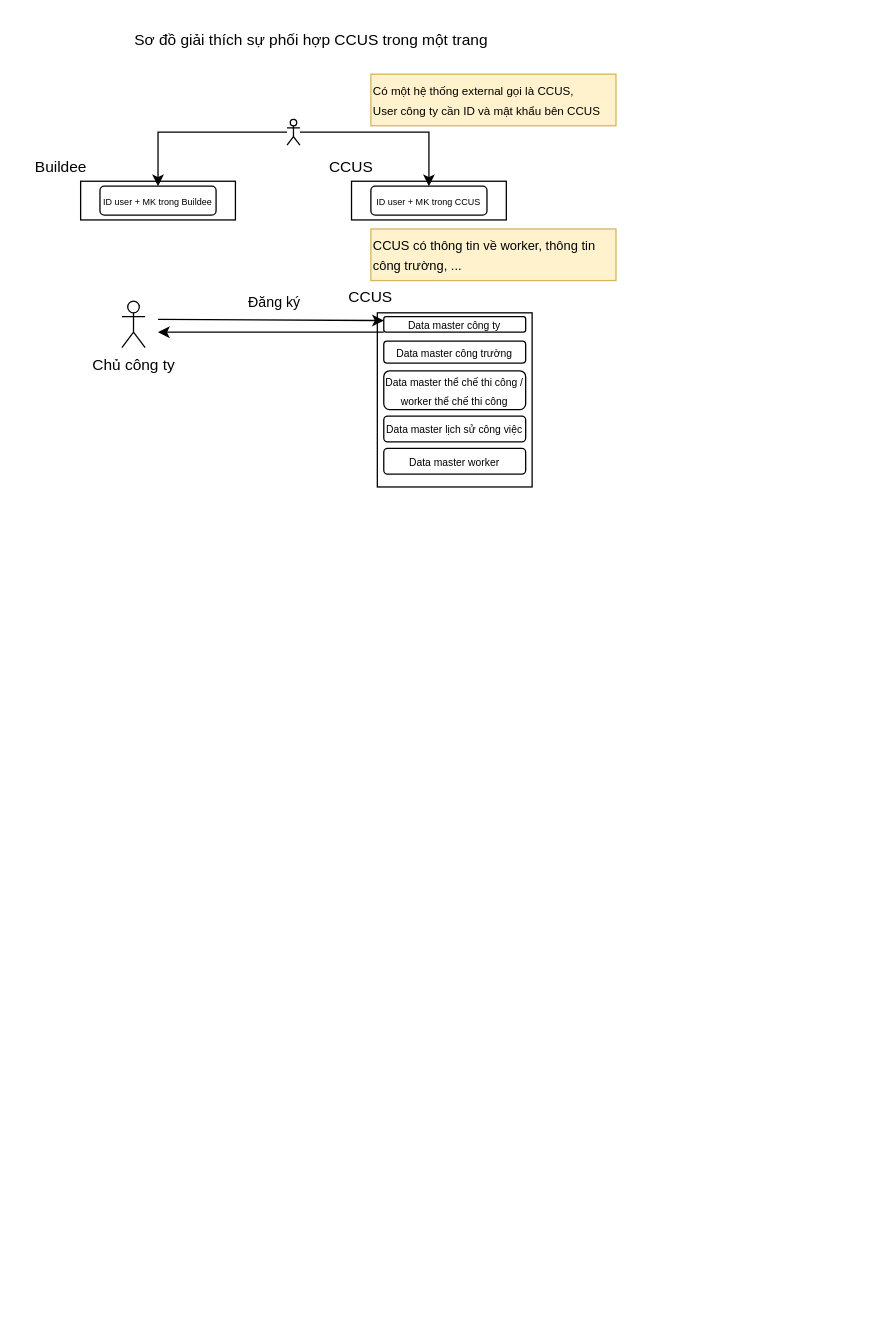
This is Untitled Diagram.drawio from namnguyen5902/UML_drawer, a draw.io file, before an edit. Source tidied: cells renumbered, new cells numbered last; positions are measured from the earlier drawing's top-left corner, leaving out a move shared by most shapes. Both pictures are drawn from the tidied source at 129%, with x=0, y=0 at pixel (22, 22).
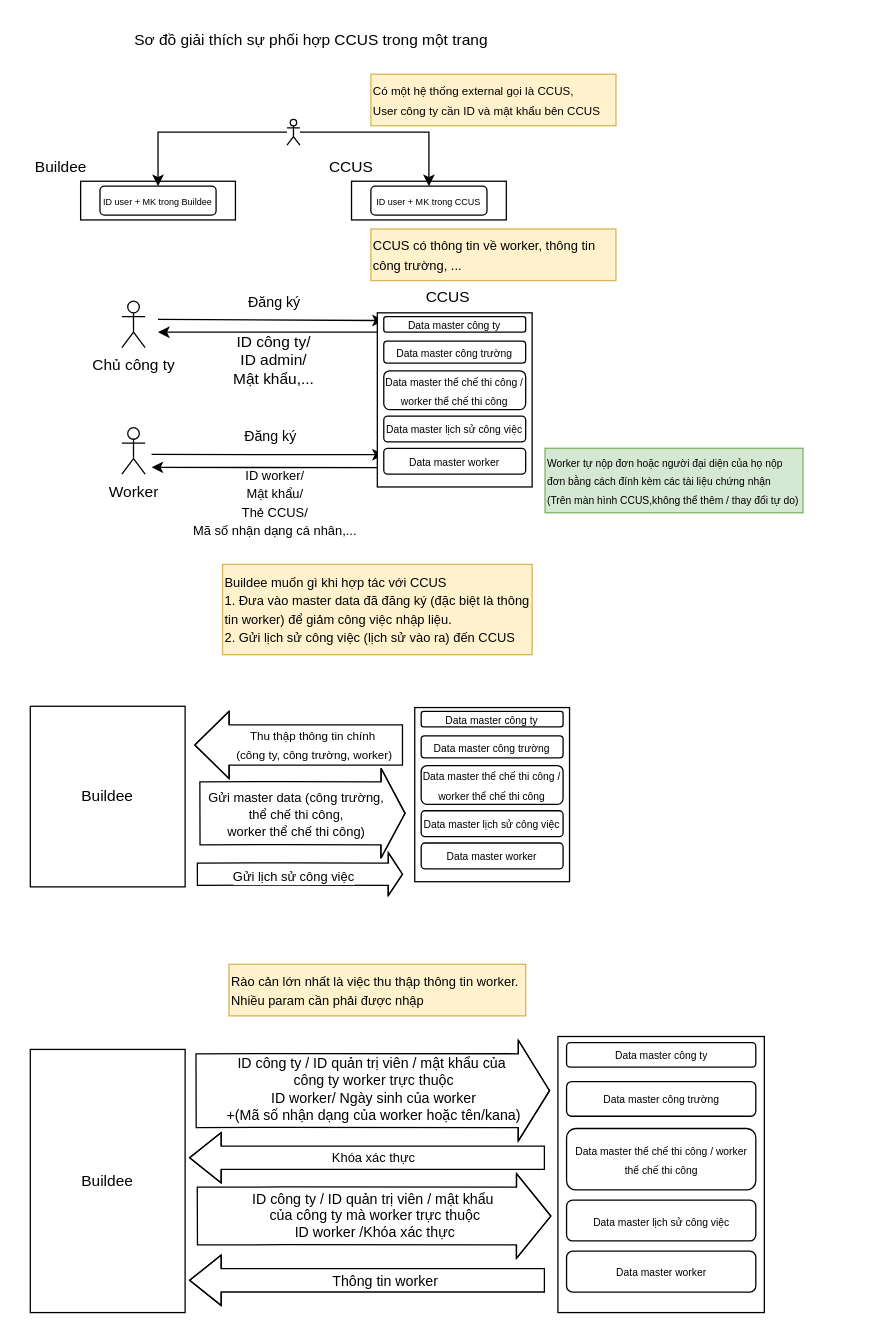
Above is the later version.

What changed in the source:
```diff
@@
+    <mxCell id="17" value="CCUS" style="text;html=1;align=center;verticalAlign=middle;whiteSpace=wrap;rounded=0;" parent="1" vertex="1">
+      <mxGeometry x="300" y="198" width="60" height="30" as="geometry" />
+    </mxCell>
+    <mxCell id="23" value="&lt;div&gt;Chủ công ty&lt;/div&gt;" style="shape=umlActor;verticalLabelPosition=bottom;verticalAlign=top;html=1;" parent="1" vertex="1">
+      <mxGeometry x="77" y="216" width="18" height="36" as="geometry" />
+    </mxCell>
+    <mxCell id="24" style="endArrow=classic;html=1;rounded=0;entryX=0;entryY=0.25;entryDx=0;entryDy=0;" parent="1" edge="1" target="18">
+      <mxGeometry relative="1" as="geometry">
+        <mxPoint x="105" y="230" as="sourcePoint" />
+      </mxGeometry>
+    </mxCell>
+    <mxCell id="25" value="Đăng ký" style="edgeLabel;html=1;align=center;verticalAlign=middle;" parent="24" vertex="1">
+      <mxGeometry x="-0.25" y="-1" relative="1" as="geometry">
+        <mxPoint x="24" y="-15" as="offset" />
+      </mxGeometry>
+    </mxCell>
+    <mxCell id="26" style="endArrow=classic;html=1;rounded=0;exitX=0;exitY=1;exitDx=0;exitDy=0;" parent="1" edge="1" source="18">
+      <mxGeometry relative="1" as="geometry">
+        <mxPoint x="105" y="240" as="targetPoint" />
+      </mxGeometry>
+    </mxCell>
+    <mxCell id="27" value="&lt;div&gt;&lt;font&gt;ID công ty&lt;span style=&quot;background-color: transparent; color: light-dark(rgb(0, 0, 0), rgb(255, 255, 255));&quot;&gt;/&lt;/span&gt;&lt;/font&gt;&lt;/div&gt;&lt;div&gt;&lt;span style=&quot;background-color: transparent; color: light-dark(rgb(0, 0, 0), rgb(255, 255, 255));&quot;&gt;&lt;font&gt;ID admin/&lt;/font&gt;&lt;/span&gt;&lt;/div&gt;&lt;div&gt;&lt;span style=&quot;background-color: transparent; color: light-dark(rgb(0, 0, 0), rgb(255, 255, 255));&quot;&gt;&lt;font&gt;Mật khẩu,...&lt;/font&gt;&lt;/span&gt;&lt;/div&gt;" style="text;html=1;align=center;verticalAlign=middle;whiteSpace=wrap;rounded=0;" parent="1" vertex="1">
+      <mxGeometry x="155" y="240" width="80" height="43" as="geometry" />
+    </mxCell>
+    <mxCell id="28" value="Worker" style="shape=umlActor;verticalLabelPosition=bottom;verticalAlign=top;html=1;" parent="1" vertex="1">
+      <mxGeometry x="77" y="314" width="18" height="36" as="geometry" />
+    </mxCell>
+    <mxCell id="29" style="endArrow=classic;html=1;rounded=0;exitX=0;exitY=0.75;exitDx=0;exitDy=0;" parent="1" edge="1" source="22">
+      <mxGeometry relative="1" as="geometry">
+        <mxPoint x="100" y="344.8" as="targetPoint" />
+      </mxGeometry>
+    </mxCell>
+    <mxCell id="30" style="endArrow=classic;html=1;rounded=0;entryX=0;entryY=0.25;entryDx=0;entryDy=0;" parent="1" edge="1" target="22">
+      <mxGeometry relative="1" as="geometry">
+        <mxPoint x="100" y="334.8" as="sourcePoint" />
+      </mxGeometry>
+    </mxCell>
+    <mxCell id="31" value="Đăng ký" style="edgeLabel;html=1;align=center;verticalAlign=middle;" parent="30" vertex="1">
+      <mxGeometry x="-0.25" y="-1" relative="1" as="geometry">
+        <mxPoint x="24" y="-15" as="offset" />
+      </mxGeometry>
+    </mxCell>
+    <mxCell id="32" value="&lt;div&gt;&lt;font style=&quot;font-size: 10px;&quot;&gt;ID worker/&lt;/font&gt;&lt;/div&gt;&lt;div&gt;&lt;span style=&quot;background-color: transparent; color: light-dark(rgb(0, 0, 0), rgb(255, 255, 255));&quot;&gt;&lt;font style=&quot;font-size: 10px;&quot;&gt;Mật khẩu/&lt;/font&gt;&lt;/span&gt;&lt;/div&gt;&lt;div&gt;&lt;font style=&quot;font-size: 10px;&quot;&gt;Thẻ CCUS/&lt;/font&gt;&lt;/div&gt;&lt;div&gt;&lt;font style=&quot;font-size: 10px;&quot;&gt;Mã số nhận dạng cá nhân,...&lt;/font&gt;&lt;/div&gt;" style="text;html=1;align=center;verticalAlign=middle;whiteSpace=wrap;rounded=0;" parent="1" vertex="1">
+      <mxGeometry x="126" y="350" width="140" height="43" as="geometry" />
+    </mxCell>
+    <mxCell id="33" value="&lt;div&gt;&lt;font style=&quot;font-size: 8px;&quot;&gt;Worker tự nộp đơn hoặc người đại diện của họ nộp đơn bằng cách đính kèm các tài liệu chứng nhận&lt;br&gt;&lt;/font&gt;&lt;/div&gt;&lt;div&gt;&lt;font style=&quot;font-size: 8px;&quot;&gt;(Trên màn hình CCUS,k&lt;span style=&quot;background-color: transparent; color: light-dark(rgb(0, 0, 0), rgb(255, 255, 255));&quot;&gt;hông thể thêm / thay đổi tự do)&lt;/span&gt;&lt;/font&gt;&lt;/div&gt;" style="rounded=0;whiteSpace=wrap;html=1;align=left;fillColor=#d5e8d4;strokeColor=#82b366;" parent="1" vertex="1">
+      <mxGeometry x="405" y="330" width="200" height="50" as="geometry" />
+    </mxCell>
+    <mxCell id="34" value="&lt;div&gt;&lt;font size=&quot;1&quot;&gt;Buildee muốn gì khi hợp tác với CCUS&lt;/font&gt;&lt;/div&gt;&lt;div&gt;&lt;font size=&quot;1&quot;&gt;1. Đ&lt;/font&gt;&lt;span style=&quot;background-color: transparent;&quot;&gt;&lt;font size=&quot;1&quot;&gt;ưa vào master data đã đăng ký (đặc biệt là thông tin worker) để giảm công việc nhập liệu.&lt;/font&gt;&lt;/span&gt;&lt;/div&gt;&lt;div&gt;&lt;font size=&quot;1&quot;&gt;2. Gửi lịch sử công việc (lịch sử vào ra) đến CCUS&lt;/font&gt;&lt;/div&gt;" style="rounded=0;whiteSpace=wrap;html=1;align=left;fillColor=#fff2cc;strokeColor=#d6b656;" parent="1" vertex="1">
+      <mxGeometry x="155" y="420" width="240" height="70" as="geometry" />
+    </mxCell>
+    <mxCell id="35" value="Buildee" style="rounded=0;whiteSpace=wrap;html=1;" parent="1" vertex="1">
+      <mxGeometry x="6" y="530" width="120" height="140" as="geometry" />
+    </mxCell>
+    <mxCell id="36" style="group;" parent="1" vertex="1">
+      <mxGeometry x="275" y="225" width="120" height="135" as="geometry" />
+    </mxCell>
-    <mxCell id="16" style="rounded=0;whiteSpace=wrap;html=1;" parent="1" vertex="1">
-      <mxGeometry x="275" y="225" width="120" height="135" as="geometry" />
+    <mxCell id="16" style="rounded=0;whiteSpace=wrap;html=1;" parent="36" vertex="1">
+      <mxGeometry width="120" height="135" as="geometry" />
     </mxCell>
-    <mxCell id="17" value="CCUS" style="text;html=1;align=center;verticalAlign=middle;whiteSpace=wrap;rounded=0;" parent="1" vertex="1">
-      <mxGeometry x="240" y="198" width="60" height="30" as="geometry" />
-    </mxCell>
-    <mxCell id="18" value="&lt;font style=&quot;font-size: 8px;&quot;&gt;Data master công ty&lt;/font&gt;" style="rounded=1;whiteSpace=wrap;html=1;" parent="1" vertex="1">
-      <mxGeometry x="280" y="228" width="110" height="12" as="geometry" />
+    <mxCell id="18" value="&lt;font style=&quot;font-size: 8px;&quot;&gt;Data master công ty&lt;/font&gt;" style="rounded=1;whiteSpace=wrap;html=1;" parent="36" vertex="1">
+      <mxGeometry x="5" y="3" width="110" height="12" as="geometry" />
     </mxCell>
-    <mxCell id="19" value="&lt;font style=&quot;font-size: 8px;&quot;&gt;Data master công trường&lt;/font&gt;" style="rounded=1;whiteSpace=wrap;html=1;" parent="1" vertex="1">
-      <mxGeometry x="280" y="247" width="110" height="17" as="geometry" />
+    <mxCell id="19" value="&lt;font style=&quot;font-size: 8px;&quot;&gt;Data master công trường&lt;/font&gt;" style="rounded=1;whiteSpace=wrap;html=1;" parent="36" vertex="1">
+      <mxGeometry x="5" y="22" width="110" height="17" as="geometry" />
     </mxCell>
-    <mxCell id="20" value="&lt;font style=&quot;font-size: 8px;&quot;&gt;Data master thể chế thi công / worker thể chế thi công&lt;/font&gt;" style="rounded=1;whiteSpace=wrap;html=1;" parent="1" vertex="1">
-      <mxGeometry x="280" y="270" width="110" height="30" as="geometry" />
+    <mxCell id="20" value="&lt;font style=&quot;font-size: 8px;&quot;&gt;Data master thể chế thi công / worker thể chế thi công&lt;/font&gt;" style="rounded=1;whiteSpace=wrap;html=1;" parent="36" vertex="1">
+      <mxGeometry x="5" y="45" width="110" height="30" as="geometry" />
     </mxCell>
-    <mxCell id="21" value="&lt;font style=&quot;font-size: 8px;&quot;&gt;Data master lịch sử công việc&lt;/font&gt;" style="rounded=1;whiteSpace=wrap;html=1;" parent="1" vertex="1">
-      <mxGeometry x="280" y="305" width="110" height="20" as="geometry" />
+    <mxCell id="21" value="&lt;font style=&quot;font-size: 8px;&quot;&gt;Data master lịch sử công việc&lt;/font&gt;" style="rounded=1;whiteSpace=wrap;html=1;" parent="36" vertex="1">
+      <mxGeometry x="5" y="80" width="110" height="20" as="geometry" />
     </mxCell>
-    <mxCell id="22" value="&lt;font style=&quot;font-size: 8px;&quot;&gt;Data master worker&lt;/font&gt;" style="rounded=1;whiteSpace=wrap;html=1;" parent="1" vertex="1">
-      <mxGeometry x="280" y="330" width="110" height="20" as="geometry" />
+    <mxCell id="22" value="&lt;font style=&quot;font-size: 8px;&quot;&gt;Data master worker&lt;/font&gt;" style="rounded=1;whiteSpace=wrap;html=1;" parent="36" vertex="1">
+      <mxGeometry x="5" y="105" width="110" height="20" as="geometry" />
     </mxCell>
-    <mxCell id="23" value="&lt;div&gt;Chủ công ty&lt;/div&gt;" style="shape=umlActor;verticalLabelPosition=bottom;verticalAlign=top;html=1;" parent="1" vertex="1">
-      <mxGeometry x="77" y="216" width="18" height="36" as="geometry" />
-    </mxCell>
-    <mxCell id="24" style="endArrow=classic;html=1;rounded=0;entryX=0;entryY=0.25;entryDx=0;entryDy=0;" parent="1" edge="1" target="18">
-      <mxGeometry relative="1" as="geometry">
-        <mxPoint x="105" y="230" as="sourcePoint" />
-      </mxGeometry>
-    </mxCell>
-    <mxCell id="25" value="Đăng ký" style="edgeLabel;html=1;align=center;verticalAlign=middle;" parent="24" vertex="1">
-      <mxGeometry x="-0.25" y="-1" relative="1" as="geometry">
-        <mxPoint x="24" y="-15" as="offset" />
-      </mxGeometry>
-    </mxCell>
-    <mxCell id="26" style="endArrow=classic;html=1;rounded=0;exitX=0;exitY=1;exitDx=0;exitDy=0;" parent="1" edge="1" source="18">
-      <mxGeometry relative="1" as="geometry">
-        <mxPoint x="105" y="240" as="targetPoint" />
-      </mxGeometry>
-    </mxCell>
+    <mxCell id="37" style="group;" parent="1" vertex="1">
+      <mxGeometry x="304" y="531" width="120" height="135" as="geometry" />
+    </mxCell>
+    <mxCell id="38" style="rounded=0;whiteSpace=wrap;html=1;" parent="37" vertex="1">
+      <mxGeometry width="120" height="135" as="geometry" />
+    </mxCell>
+    <mxCell id="39" value="&lt;font style=&quot;font-size: 8px;&quot;&gt;Data master công ty&lt;/font&gt;" style="rounded=1;whiteSpace=wrap;html=1;" parent="37" vertex="1">
+      <mxGeometry x="5" y="3" width="110" height="12" as="geometry" />
+    </mxCell>
+    <mxCell id="40" value="&lt;font style=&quot;font-size: 8px;&quot;&gt;Data master công trường&lt;/font&gt;" style="rounded=1;whiteSpace=wrap;html=1;" parent="37" vertex="1">
+      <mxGeometry x="5" y="22" width="110" height="17" as="geometry" />
+    </mxCell>
+    <mxCell id="41" value="&lt;font style=&quot;font-size: 8px;&quot;&gt;Data master thể chế thi công / worker thể chế thi công&lt;/font&gt;" style="rounded=1;whiteSpace=wrap;html=1;" parent="37" vertex="1">
+      <mxGeometry x="5" y="45" width="110" height="30" as="geometry" />
+    </mxCell>
+    <mxCell id="42" value="&lt;font style=&quot;font-size: 8px;&quot;&gt;Data master lịch sử công việc&lt;/font&gt;" style="rounded=1;whiteSpace=wrap;html=1;" parent="37" vertex="1">
+      <mxGeometry x="5" y="80" width="110" height="20" as="geometry" />
+    </mxCell>
+    <mxCell id="43" value="&lt;font style=&quot;font-size: 8px;&quot;&gt;Data master worker&lt;/font&gt;" style="rounded=1;whiteSpace=wrap;html=1;" parent="37" vertex="1">
+      <mxGeometry x="5" y="105" width="110" height="20" as="geometry" />
+    </mxCell>
+    <mxCell id="44" style="shape=flexArrow;endArrow=classic;html=1;rounded=0;width=31.2;endSize=8.532;" parent="1" edge="1">
+      <mxGeometry relative="1" as="geometry">
+        <mxPoint x="295" y="560" as="sourcePoint" />
+        <mxPoint x="133" y="560" as="targetPoint" />
+        <Array as="points">
+          <mxPoint x="203" y="560" />
+        </Array>
+      </mxGeometry>
+    </mxCell>
+    <mxCell id="45" value="&lt;font style=&quot;font-size: 9px;&quot;&gt;Thu thập thông tin chính&amp;nbsp;&lt;/font&gt;&lt;div&gt;&lt;font style=&quot;font-size: 9px;&quot;&gt;(công ty, công trường, worker)&lt;/font&gt;&lt;/div&gt;" style="edgeLabel;html=1;align=center;verticalAlign=middle;" parent="44" vertex="1">
+      <mxGeometry x="0.12" y="-1" relative="1" as="geometry">
+        <mxPoint x="21" as="offset" />
+      </mxGeometry>
+    </mxCell>
+    <mxCell id="46" style="shape=flexArrow;endArrow=classic;html=1;rounded=0;width=48.8;endSize=5.888;" parent="1" edge="1">
+      <mxGeometry relative="1" as="geometry">
+        <mxPoint x="137" y="613" as="sourcePoint" />
+        <mxPoint x="297" y="613" as="targetPoint" />
+        <Array as="points">
+          <mxPoint x="205" y="612.8" />
+        </Array>
+      </mxGeometry>
+    </mxCell>
+    <mxCell id="47" value="&lt;font size=&quot;1&quot;&gt;Gửi master data (công trường,&lt;/font&gt;&lt;div&gt;&lt;font size=&quot;1&quot;&gt;&amp;nbsp;thể chế thi công,&amp;nbsp;&lt;/font&gt;&lt;/div&gt;&lt;div&gt;&lt;font size=&quot;1&quot;&gt;worker thể chế thi công)&lt;/font&gt;&lt;br&gt;&lt;/div&gt;" style="edgeLabel;html=1;align=center;verticalAlign=middle;" parent="46" vertex="1">
+      <mxGeometry x="0.12" y="-1" relative="1" as="geometry">
+        <mxPoint x="-15" as="offset" />
+      </mxGeometry>
+    </mxCell>
+    <mxCell id="48" style="shape=flexArrow;endArrow=classic;html=1;rounded=0;width=17.2;endSize=3.34;endWidth=15.12;" parent="1" edge="1">
+      <mxGeometry relative="1" as="geometry">
+        <mxPoint x="135" y="660.2" as="sourcePoint" />
+        <mxPoint x="295" y="660.2" as="targetPoint" />
+        <Array as="points">
+          <mxPoint x="203" y="660" />
+        </Array>
+      </mxGeometry>
+    </mxCell>
+    <mxCell id="49" value="&lt;div&gt;&lt;font size=&quot;1&quot;&gt;Gửi lịch sử công việc&lt;/font&gt;&lt;br&gt;&lt;/div&gt;" style="edgeLabel;html=1;align=center;verticalAlign=middle;" parent="48" vertex="1">
+      <mxGeometry x="0.12" y="-1" relative="1" as="geometry">
+        <mxPoint x="-15" as="offset" />
+      </mxGeometry>
+    </mxCell>
+    <mxCell id="50" value="&lt;div&gt;&lt;font size=&quot;1&quot;&gt;Rào cản lớn nhất là việc thu thập thông tin worker.&lt;/font&gt;&lt;/div&gt;&lt;div&gt;&lt;font size=&quot;1&quot;&gt;Nhiều param cần phải được nhập&lt;/font&gt;&lt;/div&gt;" style="rounded=0;whiteSpace=wrap;html=1;align=left;fillColor=#fff2cc;strokeColor=#d6b656;" parent="1" vertex="1">
+      <mxGeometry x="160" y="730" width="230" height="40" as="geometry" />
+    </mxCell>
+    <mxCell id="51" value="Buildee" style="rounded=0;whiteSpace=wrap;html=1;" parent="1" vertex="1">
+      <mxGeometry x="6" y="796" width="120" height="204" as="geometry" />
+    </mxCell>
+    <mxCell id="52" style="group;" parent="1" vertex="1">
+      <mxGeometry x="415" y="786" width="160" height="214" as="geometry" />
+    </mxCell>
+    <mxCell id="53" style="rounded=0;whiteSpace=wrap;html=1;" parent="52" vertex="1">
+      <mxGeometry width="160" height="214" as="geometry" />
+    </mxCell>
+    <mxCell id="54" value="&lt;font style=&quot;font-size: 8px;&quot;&gt;Data master công ty&lt;/font&gt;" style="rounded=1;whiteSpace=wrap;html=1;" parent="52" vertex="1">
+      <mxGeometry x="6.7" y="4.8" width="146.7" height="19" as="geometry" />
+    </mxCell>
+    <mxCell id="55" value="&lt;font style=&quot;font-size: 8px;&quot;&gt;Data master công trường&lt;/font&gt;" style="rounded=1;whiteSpace=wrap;html=1;" parent="52" vertex="1">
+      <mxGeometry x="6.7" y="34.9" width="146.7" height="26.9" as="geometry" />
+    </mxCell>
+    <mxCell id="56" value="&lt;font style=&quot;font-size: 8px;&quot;&gt;Data master thể chế thi công / worker thể chế thi công&lt;/font&gt;" style="rounded=1;whiteSpace=wrap;html=1;" parent="52" vertex="1">
+      <mxGeometry x="6.7" y="71.3" width="146.7" height="47.6" as="geometry" />
+    </mxCell>
+    <mxCell id="57" value="&lt;font style=&quot;font-size: 8px;&quot;&gt;Data master lịch sử công việc&lt;/font&gt;" style="rounded=1;whiteSpace=wrap;html=1;" parent="52" vertex="1">
+      <mxGeometry x="6.7" y="126.8" width="146.7" height="31.7" as="geometry" />
+    </mxCell>
+    <mxCell id="58" value="&lt;font style=&quot;font-size: 8px;&quot;&gt;Data master worker&lt;/font&gt;" style="rounded=1;whiteSpace=wrap;html=1;" parent="52" vertex="1">
+      <mxGeometry x="6.7" y="166.4" width="146.7" height="31.7" as="geometry" />
+    </mxCell>
+    <mxCell id="59" style="shape=flexArrow;endArrow=classic;html=1;rounded=0;width=57.2;endSize=7.744;entryX=0;entryY=0.215;entryDx=0;entryDy=0;entryPerimeter=0;" parent="1" edge="1">
+      <mxGeometry relative="1" as="geometry">
+        <mxPoint x="134" y="828" as="sourcePoint" />
+        <mxPoint x="409" y="828" as="targetPoint" />
+        <Array as="points">
+          <mxPoint x="202" y="827.8" />
+        </Array>
+      </mxGeometry>
+    </mxCell>
+    <mxCell id="60" value="&lt;div&gt;ID công ty / ID quản trị viên / mật khẩu của&amp;nbsp;&lt;/div&gt;&lt;div&gt;công ty worker trực thuộc&lt;/div&gt;&lt;div&gt;ID worker/ Ngày sinh của worker&lt;/div&gt;&lt;div&gt;+&lt;span style=&quot;background-color: light-dark(#ffffff, var(--ge-dark-color, #121212)); color: light-dark(rgb(0, 0, 0), rgb(255, 255, 255));&quot;&gt;(Mã số nhận dạng của worker hoặc tên/kana)&lt;/span&gt;&lt;/div&gt;" style="edgeLabel;html=1;align=center;verticalAlign=middle;" parent="59" vertex="1">
+      <mxGeometry x="0.32" y="-2" relative="1" as="geometry">
+        <mxPoint x="-44" y="-3" as="offset" />
+      </mxGeometry>
+    </mxCell>
+    <mxCell id="61" style="shape=flexArrow;endArrow=classic;html=1;rounded=0;width=18.095238095238095;endSize=7.8238095238095235;" parent="1" edge="1">
+      <mxGeometry relative="1" as="geometry">
+        <mxPoint x="405" y="880" as="sourcePoint" />
+        <mxPoint x="129" y="880" as="targetPoint" />
+        <Array as="points">
+          <mxPoint x="199" y="880" />
+        </Array>
+      </mxGeometry>
+    </mxCell>
+    <mxCell id="62" value="&lt;font size=&quot;1&quot;&gt;Khóa xác thực&lt;/font&gt;" style="edgeLabel;html=1;align=center;verticalAlign=middle;" parent="61" vertex="1">
+      <mxGeometry x="0.12" y="-1" relative="1" as="geometry">
+        <mxPoint x="21" as="offset" />
+      </mxGeometry>
+    </mxCell>
+    <mxCell id="63" style="shape=flexArrow;endArrow=classic;html=1;rounded=0;width=44.76190476190476;endSize=8.547619047619047;entryX=0;entryY=0.215;entryDx=0;entryDy=0;entryPerimeter=0;" parent="1" edge="1">
+      <mxGeometry relative="1" as="geometry">
+        <mxPoint x="135" y="925.2" as="sourcePoint" />
+        <mxPoint x="410" y="925.2" as="targetPoint" />
+        <Array as="points">
+          <mxPoint x="203" y="925" />
+        </Array>
+      </mxGeometry>
+    </mxCell>
+    <mxCell id="64" value="&lt;div&gt;ID công ty / ID quản trị viên / mật khẩu&amp;nbsp;&lt;/div&gt;&lt;div&gt;của công ty mà worker trực thuộc&lt;/div&gt;&lt;div&gt;ID worker /Khóa xác thực&lt;/div&gt;" style="edgeLabel;html=1;align=center;verticalAlign=middle;" parent="63" vertex="1">
+      <mxGeometry x="0.32" y="-2" relative="1" as="geometry">
+        <mxPoint x="-44" y="-3" as="offset" />
+      </mxGeometry>
+    </mxCell>
+    <mxCell id="65" style="shape=flexArrow;endArrow=classic;html=1;rounded=0;width=18.095238095238095;endSize=7.8238095238095235;" parent="1" edge="1">
+      <mxGeometry relative="1" as="geometry">
+        <mxPoint x="405" y="975" as="sourcePoint" />
+        <mxPoint x="129" y="975" as="targetPoint" />
+        <Array as="points">
+          <mxPoint x="199" y="975" />
+        </Array>
+      </mxGeometry>
+    </mxCell>
+    <mxCell id="66" value="Thông tin worker" style="edgeLabel;html=1;align=center;verticalAlign=middle;" parent="65" vertex="1">
+      <mxGeometry x="-0.3" relative="1" as="geometry">
+        <mxPoint x="-28" as="offset" />
+      </mxGeometry>
+    </mxCell>
```
